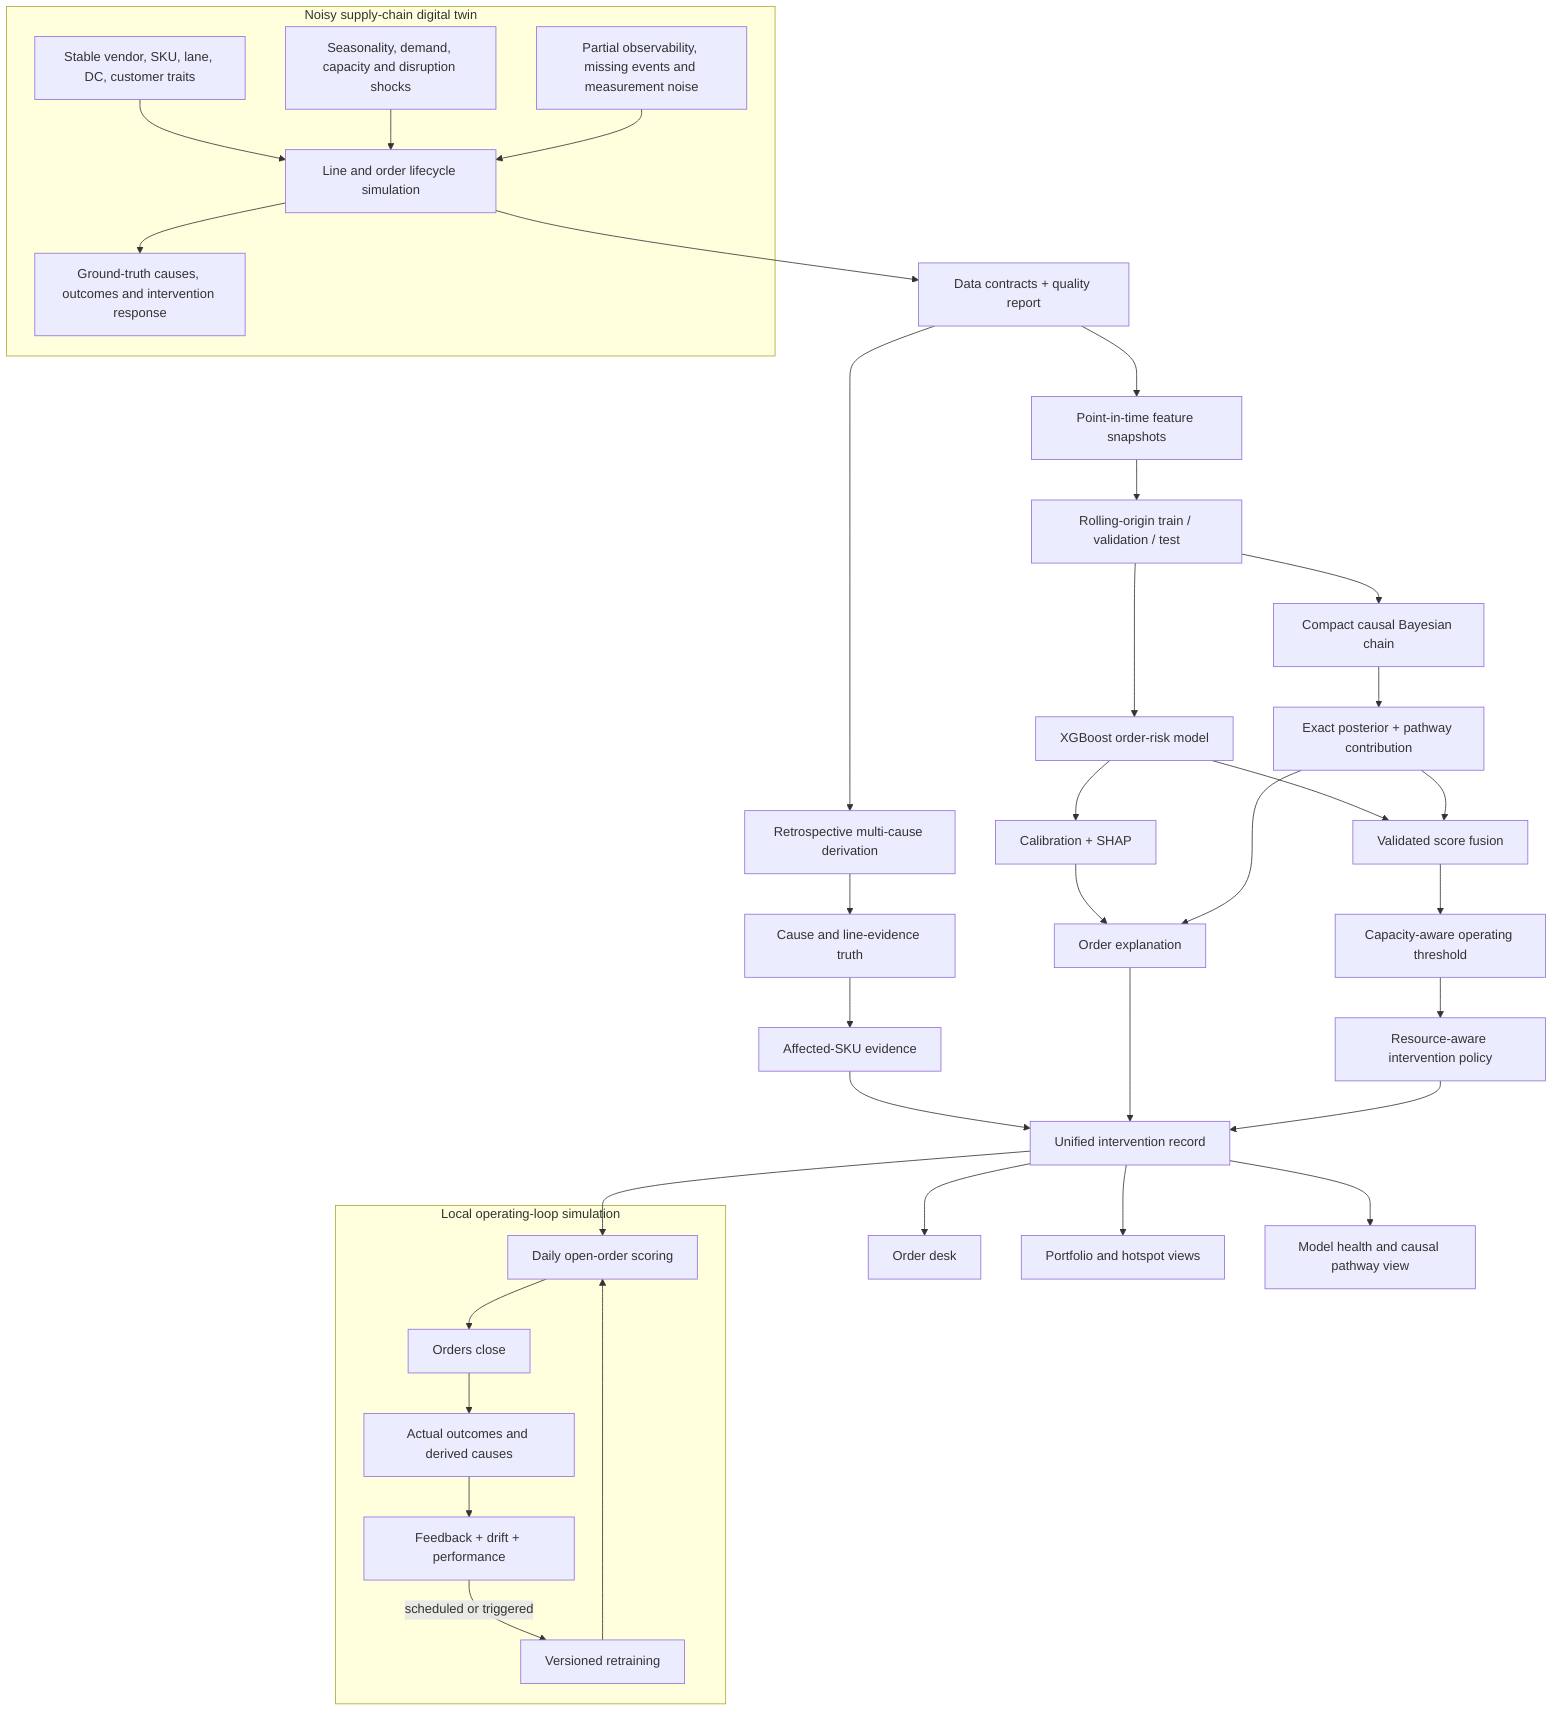
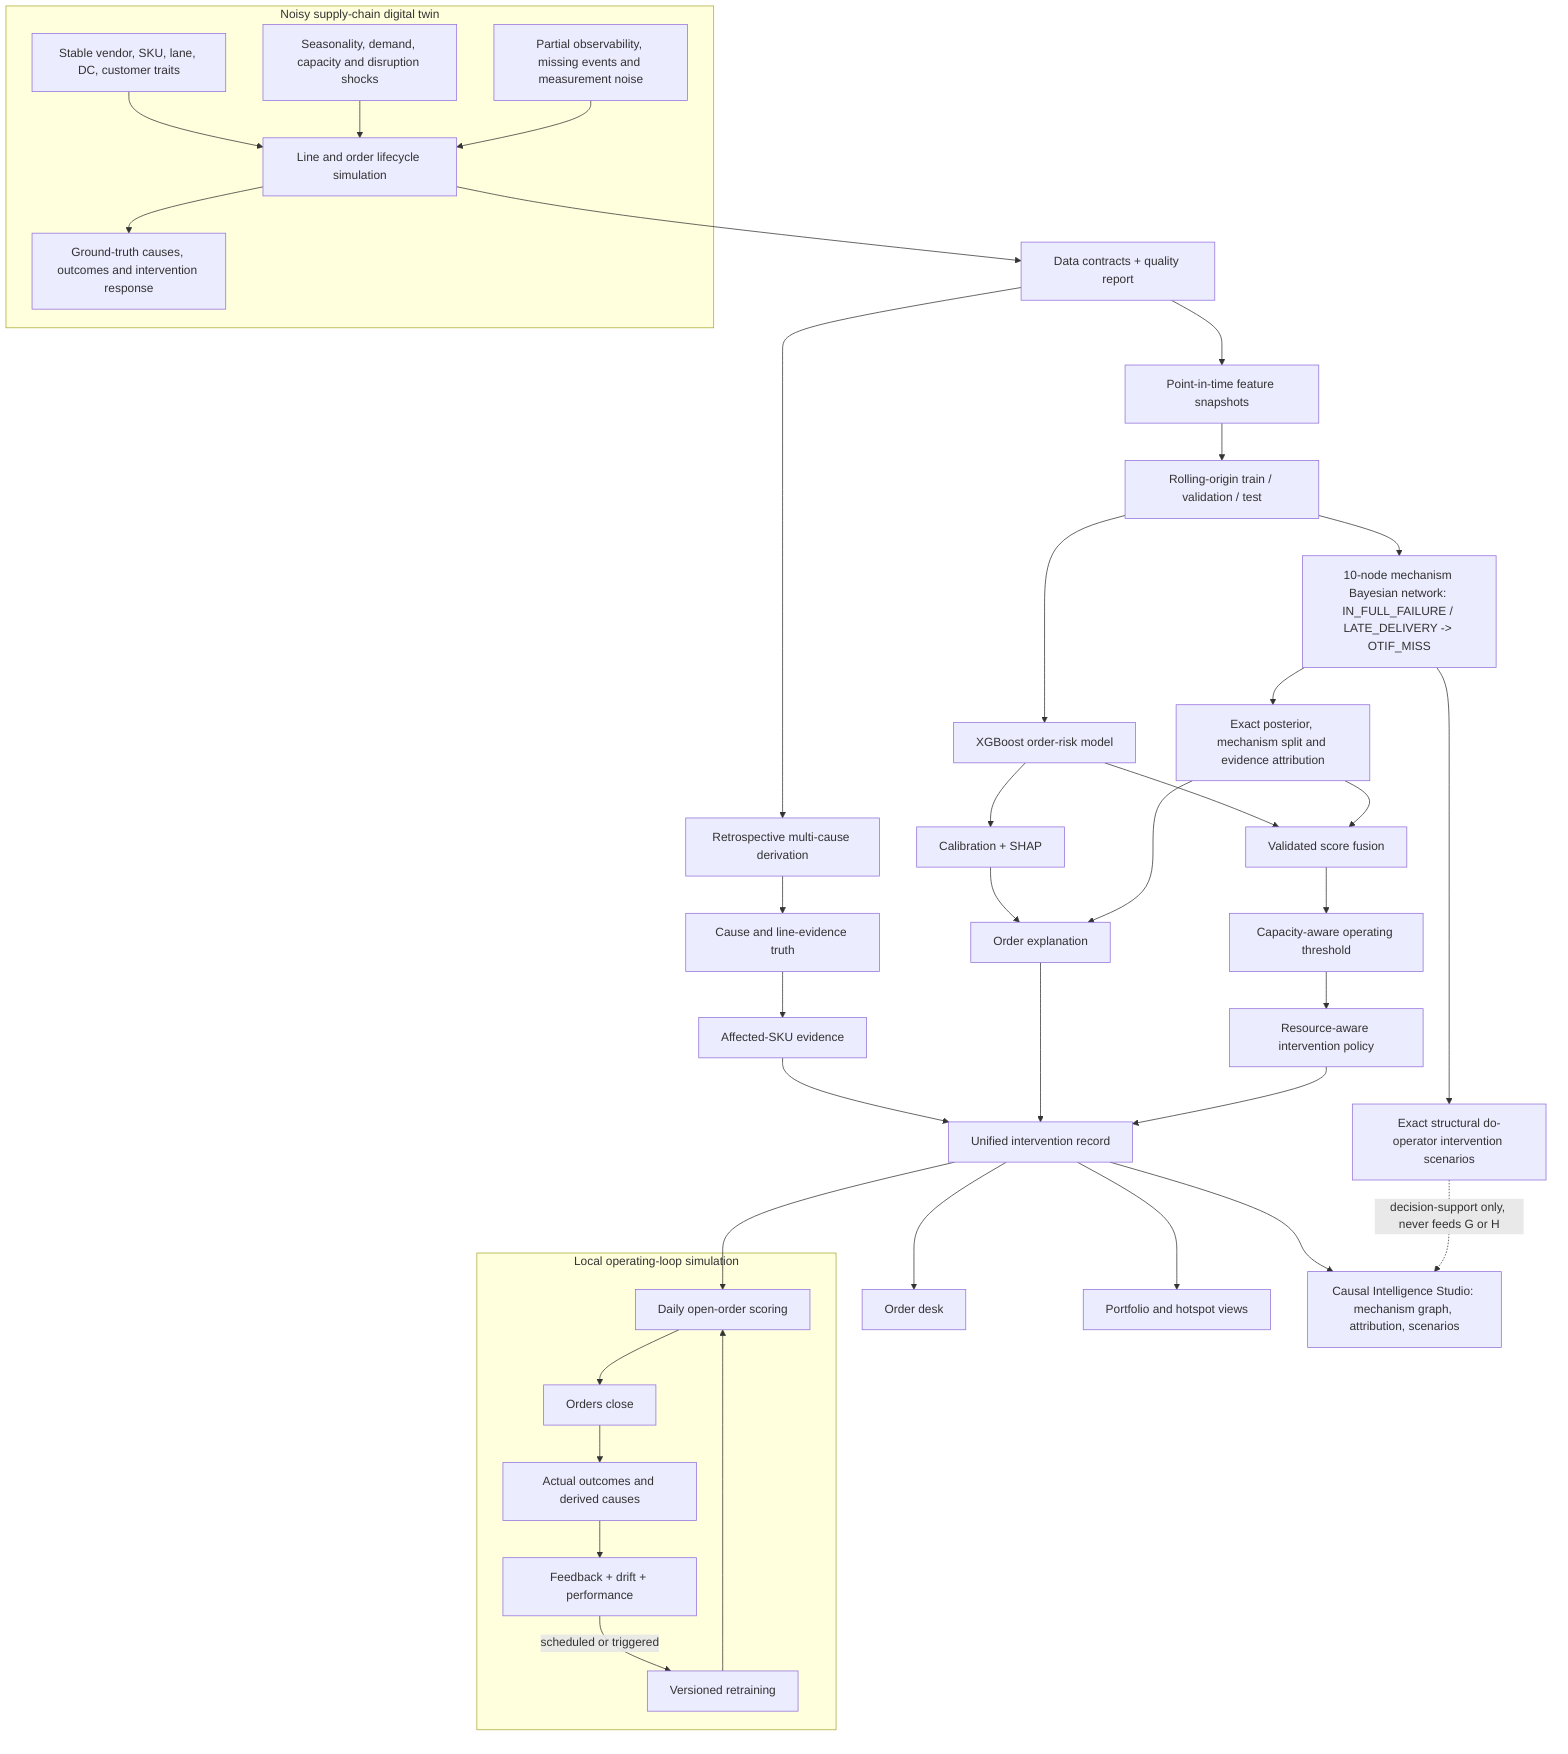
- %% OTIF Risk Intelligence -- enhanced architecture.
+ %% OTIF Risk Intelligence -- target architecture (this iteration: Causal Intelligence Studio).
%% Canonical source: kept in sync with docs/architecture/diagrams.py and rendered
%% to docs/architecture/target.svg by docs/architecture/generate.py.
+ %% Adds a 10-node mechanism Bayesian network (IN_FULL_FAILURE / LATE_DELIVERY ->
+ %% OTIF_MISS, matching the actual OTIF definition) plus exact structural
+ %% do(node=value) intervention scenarios and leave-one-evidence-out
+ %% attribution. Interventions/attribution are decision-support diagnostics
+ %% only: they flow to the new Causal Intelligence Studio view, never into the
+ %% score fusion or the operational decision.
flowchart TB
    subgraph SIM[Noisy supply-chain digital twin]
      A1[Stable vendor, SKU, lane, DC, customer traits]
      A2[Seasonality, demand, capacity and disruption shocks]
      A3[Partial observability, missing events and measurement noise]
      A1 --> A4[Line and order lifecycle simulation]
      A2 --> A4
      A3 --> A4
      A4 --> A5[Ground-truth causes, outcomes and intervention response]
    end

    A4 --> B[Data contracts + quality report]
    B --> C1[Retrospective multi-cause derivation]
    B --> C2[Point-in-time feature snapshots]
    C1 --> C3[Cause and line-evidence truth]
    C2 --> D[Rolling-origin train / validation / test]

    D --> E1[XGBoost order-risk model]
    E1 --> E2[Calibration + SHAP]
-     D --> F1[Compact causal Bayesian chain]
-     F1 --> F2[Exact posterior + pathway contribution]
+     D --> F1[10-node mechanism Bayesian network: IN_FULL_FAILURE / LATE_DELIVERY -> OTIF_MISS]
+     F1 --> F2[Exact posterior, mechanism split and evidence attribution]
+     F1 --> F3[Exact structural do-operator intervention scenarios]

    E1 --> G[Validated score fusion]
    F2 --> G
    G --> H[Capacity-aware operating threshold]

    C3 --> I1[Affected-SKU evidence]
    E2 --> I2[Order explanation]
    F2 --> I2
    H --> I3[Resource-aware intervention policy]
    I1 --> J[Unified intervention record]
    I2 --> J
    I3 --> J

    J --> K1[Order desk]
    J --> K2[Portfolio and hotspot views]
-     J --> K3[Model health and causal pathway view]
+     J --> K3[Causal Intelligence Studio: mechanism graph, attribution, scenarios]
+     F3 -.->|decision-support only, never feeds G or H| K3

    subgraph LOOP[Local operating-loop simulation]
      L1[Daily open-order scoring] --> L2[Orders close]
      L2 --> L3[Actual outcomes and derived causes]
      L3 --> L4[Feedback + drift + performance]
      L4 -->|scheduled or triggered| L5[Versioned retraining]
      L5 --> L1
    end
    J --> L1
